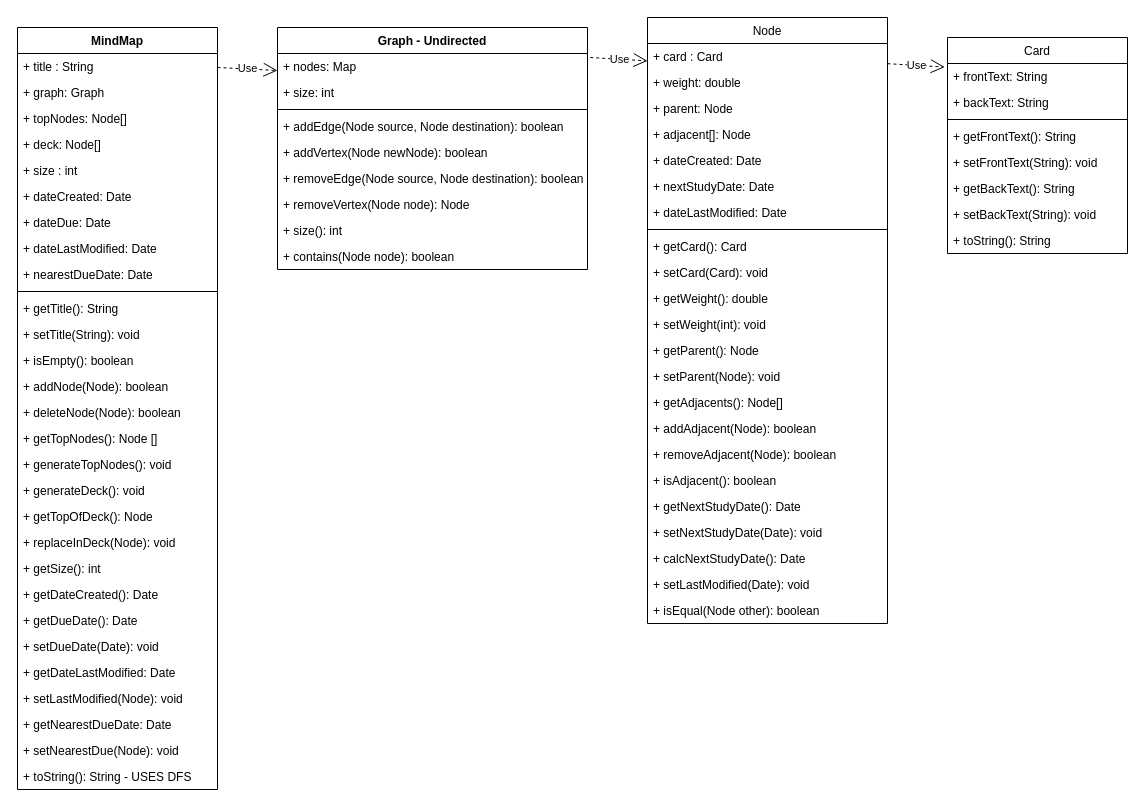
Earlier version of the draw.io diagram UML_Diagrams/class/MindMap_Object_Classes.drawio (kylehackett99/HourWork). Source tidied: cells renumbered, new cells numbered last; positions are measured from the earlier drawing's top-left corner, leaving out a move shared by most shapes. Both pictures are drawn from the tidied source at 100%, with x=0, y=0 at pixel (17, 17).
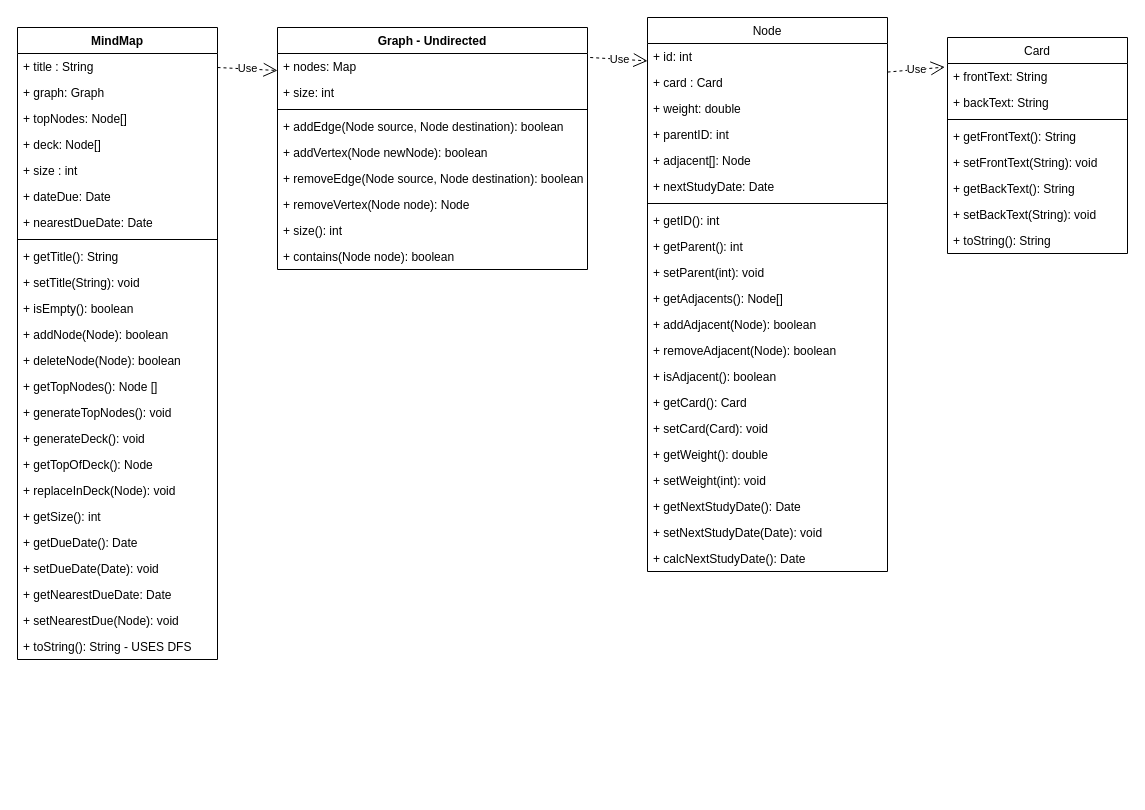
The same diagram, later.

The edit, as a diff of the source:
```diff
@@
     <mxCell id="11" value="Node" style="swimlane;fontStyle=0;horizontal=1;startSize=26;fillColor=none;" parent="1" vertex="1">
-      <mxGeometry x="630" width="240" height="606" as="geometry" />
+      <mxGeometry x="630" width="240" height="554" as="geometry" />
     </mxCell>
+    <mxCell id="78" value="+ id: int" style="text;strokeColor=none;fillColor=none;align=left;verticalAlign=top;spacingLeft=4;spacingRight=4;overflow=hidden;" parent="11" vertex="1">
+      <mxGeometry y="26" width="240" height="26" as="geometry" />
+    </mxCell>
     <mxCell id="12" value="+ card : Card" style="text;strokeColor=none;fillColor=none;align=left;verticalAlign=top;spacingLeft=4;spacingRight=4;overflow=hidden;points=[[0,0.5],[1,0.5]];portConstraint=eastwest;" parent="11" vertex="1">
-      <mxGeometry y="26" width="240" height="26" as="geometry" />
+      <mxGeometry y="52" width="240" height="26" as="geometry" />
     </mxCell>
     <mxCell id="13" value="+ weight: double" style="text;strokeColor=none;fillColor=none;align=left;verticalAlign=top;spacingLeft=4;spacingRight=4;overflow=hidden;" parent="11" vertex="1">
-      <mxGeometry y="52" width="240" height="26" as="geometry" />
+      <mxGeometry y="78" width="240" height="26" as="geometry" />
     </mxCell>
-    <mxCell id="14" value="+ parent: Node" style="text;strokeColor=none;fillColor=none;align=left;verticalAlign=top;spacingLeft=4;spacingRight=4;overflow=hidden;" parent="11" vertex="1">
-      <mxGeometry y="78" width="240" height="26" as="geometry" />
+    <mxCell id="14" value="+ parentID: int" style="text;strokeColor=none;fillColor=none;align=left;verticalAlign=top;spacingLeft=4;spacingRight=4;overflow=hidden;" parent="11" vertex="1">
+      <mxGeometry y="104" width="240" height="26" as="geometry" />
     </mxCell>
     <mxCell id="15" value="+ adjacent[]: Node" style="text;strokeColor=none;fillColor=none;align=left;verticalAlign=top;spacingLeft=4;spacingRight=4;overflow=hidden;" parent="11" vertex="1">
-      <mxGeometry y="104" width="240" height="26" as="geometry" />
+      <mxGeometry y="130" width="240" height="26" as="geometry" />
     </mxCell>
-    <mxCell id="16" value="+ dateCreated: Date" style="text;strokeColor=none;fillColor=none;align=left;verticalAlign=top;spacingLeft=4;spacingRight=4;overflow=hidden;" parent="11" vertex="1">
-      <mxGeometry y="130" width="240" height="26" as="geometry" />
-    </mxCell>
@@
-    <mxCell id="18" value="+ dateLastModified: Date" style="text;strokeColor=none;fillColor=none;align=left;verticalAlign=top;spacingLeft=4;spacingRight=4;overflow=hidden;" parent="11" vertex="1">
-      <mxGeometry y="182" width="240" height="26" as="geometry" />
-    </mxCell>
     <mxCell id="19" style="line;strokeWidth=1;fillColor=none;align=left;verticalAlign=middle;spacingTop=-1;spacingLeft=3;spacingRight=3;labelPosition=right;" parent="11" vertex="1">
-      <mxGeometry y="208" width="240" height="8" as="geometry" />
+      <mxGeometry y="182" width="240" height="8" as="geometry" />
     </mxCell>
-    <mxCell id="20" value="+ getCard(): Card" style="text;strokeColor=none;fillColor=none;align=left;verticalAlign=top;spacingLeft=4;spacingRight=4;overflow=hidden;" parent="11" vertex="1">
-      <mxGeometry y="216" width="240" height="26" as="geometry" />
-    </mxCell>
-    <mxCell id="21" value="+ setCard(Card): void" style="text;strokeColor=none;fillColor=none;align=left;verticalAlign=top;spacingLeft=4;spacingRight=4;overflow=hidden;" parent="11" vertex="1">
-      <mxGeometry y="242" width="240" height="26" as="geometry" />
-    </mxCell>
-    <mxCell id="22" value="+ getWeight(): double" style="text;strokeColor=none;fillColor=none;align=left;verticalAlign=top;spacingLeft=4;spacingRight=4;overflow=hidden;" parent="11" vertex="1">
-      <mxGeometry y="268" width="240" height="26" as="geometry" />
-    </mxCell>
-    <mxCell id="23" value="+ setWeight(int): void" style="text;strokeColor=none;fillColor=none;align=left;verticalAlign=top;spacingLeft=4;spacingRight=4;overflow=hidden;" parent="11" vertex="1">
-      <mxGeometry y="294" width="240" height="26" as="geometry" />
-    </mxCell>
+    <mxCell id="79" value="+ getID(): int" style="text;strokeColor=none;fillColor=none;align=left;verticalAlign=top;spacingLeft=4;spacingRight=4;overflow=hidden;" parent="11" vertex="1">
+      <mxGeometry y="190" width="240" height="26" as="geometry" />
+    </mxCell>
-    <mxCell id="24" value="+ getParent(): Node" style="text;strokeColor=none;fillColor=none;align=left;verticalAlign=top;spacingLeft=4;spacingRight=4;overflow=hidden;" parent="11" vertex="1">
-      <mxGeometry y="320" width="240" height="26" as="geometry" />
+    <mxCell id="24" value="+ getParent(): int" style="text;strokeColor=none;fillColor=none;align=left;verticalAlign=top;spacingLeft=4;spacingRight=4;overflow=hidden;" parent="11" vertex="1">
+      <mxGeometry y="216" width="240" height="26" as="geometry" />
     </mxCell>
-    <mxCell id="25" value="+ setParent(Node): void" style="text;strokeColor=none;fillColor=none;align=left;verticalAlign=top;spacingLeft=4;spacingRight=4;overflow=hidden;" parent="11" vertex="1">
-      <mxGeometry y="346" width="240" height="26" as="geometry" />
+    <mxCell id="25" value="+ setParent(int): void" style="text;strokeColor=none;fillColor=none;align=left;verticalAlign=top;spacingLeft=4;spacingRight=4;overflow=hidden;" parent="11" vertex="1">
+      <mxGeometry y="242" width="240" height="26" as="geometry" />
     </mxCell>
     <mxCell id="26" value="+ getAdjacents(): Node[]" style="text;strokeColor=none;fillColor=none;align=left;verticalAlign=top;spacingLeft=4;spacingRight=4;overflow=hidden;" parent="11" vertex="1">
-      <mxGeometry y="372" width="240" height="26" as="geometry" />
+      <mxGeometry y="268" width="240" height="26" as="geometry" />
     </mxCell>
     <mxCell id="27" value="+ addAdjacent(Node): boolean" style="text;strokeColor=none;fillColor=none;align=left;verticalAlign=top;spacingLeft=4;spacingRight=4;overflow=hidden;" parent="11" vertex="1">
-      <mxGeometry y="398" width="240" height="26" as="geometry" />
+      <mxGeometry y="294" width="240" height="26" as="geometry" />
     </mxCell>
     <mxCell id="28" value="+ removeAdjacent(Node): boolean" style="text;strokeColor=none;fillColor=none;align=left;verticalAlign=top;spacingLeft=4;spacingRight=4;overflow=hidden;" parent="11" vertex="1">
-      <mxGeometry y="424" width="240" height="26" as="geometry" />
+      <mxGeometry y="320" width="240" height="26" as="geometry" />
     </mxCell>
     <mxCell id="29" value="+ isAdjacent(): boolean" style="text;strokeColor=none;fillColor=none;align=left;verticalAlign=top;spacingLeft=4;spacingRight=4;overflow=hidden;" parent="11" vertex="1">
-      <mxGeometry y="450" width="240" height="26" as="geometry" />
+      <mxGeometry y="346" width="240" height="26" as="geometry" />
     </mxCell>
+    <mxCell id="20" value="+ getCard(): Card" style="text;strokeColor=none;fillColor=none;align=left;verticalAlign=top;spacingLeft=4;spacingRight=4;overflow=hidden;" parent="11" vertex="1">
+      <mxGeometry y="372" width="240" height="26" as="geometry" />
+    </mxCell>
+    <mxCell id="21" value="+ setCard(Card): void" style="text;strokeColor=none;fillColor=none;align=left;verticalAlign=top;spacingLeft=4;spacingRight=4;overflow=hidden;" parent="11" vertex="1">
+      <mxGeometry y="398" width="240" height="26" as="geometry" />
+    </mxCell>
+    <mxCell id="22" value="+ getWeight(): double" style="text;strokeColor=none;fillColor=none;align=left;verticalAlign=top;spacingLeft=4;spacingRight=4;overflow=hidden;" parent="11" vertex="1">
+      <mxGeometry y="424" width="240" height="26" as="geometry" />
+    </mxCell>
+    <mxCell id="23" value="+ setWeight(int): void" style="text;strokeColor=none;fillColor=none;align=left;verticalAlign=top;spacingLeft=4;spacingRight=4;overflow=hidden;" parent="11" vertex="1">
+      <mxGeometry y="450" width="240" height="26" as="geometry" />
+    </mxCell>
@@
-    <mxCell id="33" value="+ setLastModified(Date): void" style="text;strokeColor=none;fillColor=none;align=left;verticalAlign=top;spacingLeft=4;spacingRight=4;overflow=hidden;" parent="11" vertex="1">
-      <mxGeometry y="554" width="240" height="26" as="geometry" />
-    </mxCell>
-    <mxCell id="34" value="+ isEqual(Node other): boolean" style="text;strokeColor=none;fillColor=none;align=left;verticalAlign=top;spacingLeft=4;spacingRight=4;overflow=hidden;" parent="11" vertex="1">
-      <mxGeometry y="580" width="240" height="26" as="geometry" />
-    </mxCell>
@@
     <mxCell id="36" value="MindMap" style="swimlane;fontStyle=1;align=center;verticalAlign=top;horizontal=1;startSize=26;" parent="1" vertex="1">
-      <mxGeometry y="10" width="200" height="762" as="geometry" />
+      <mxGeometry y="10" width="200" height="632" as="geometry" />
     </mxCell>
@@
-    <mxCell id="42" value="+ dateCreated: Date" style="text;strokeColor=none;fillColor=none;align=left;verticalAlign=top;spacingLeft=4;spacingRight=4;overflow=hidden;" parent="36" vertex="1">
-      <mxGeometry y="156" width="200" height="26" as="geometry" />
-    </mxCell>
     <mxCell id="43" value="+ dateDue: Date" style="text;strokeColor=none;fillColor=none;align=left;verticalAlign=top;spacingLeft=4;spacingRight=4;overflow=hidden;" parent="36" vertex="1">
-      <mxGeometry y="182" width="200" height="26" as="geometry" />
+      <mxGeometry y="156" width="200" height="26" as="geometry" />
     </mxCell>
-    <mxCell id="44" value="+ dateLastModified: Date" style="text;strokeColor=none;fillColor=none;align=left;verticalAlign=top;spacingLeft=4;spacingRight=4;overflow=hidden;" parent="36" vertex="1">
-      <mxGeometry y="208" width="200" height="26" as="geometry" />
-    </mxCell>
     <mxCell id="45" value="+ nearestDueDate: Date" style="text;strokeColor=none;fillColor=none;align=left;verticalAlign=top;spacingLeft=4;spacingRight=4;overflow=hidden;" parent="36" vertex="1">
-      <mxGeometry y="234" width="200" height="26" as="geometry" />
+      <mxGeometry y="182" width="200" height="26" as="geometry" />
     </mxCell>
     <mxCell id="46" style="line;strokeWidth=1;fillColor=none;align=left;verticalAlign=middle;spacingTop=-1;spacingLeft=3;spacingRight=3;labelPosition=right;" parent="36" vertex="1">
-      <mxGeometry y="260" width="200" height="8" as="geometry" />
+      <mxGeometry y="208" width="200" height="8" as="geometry" />
     </mxCell>
     <mxCell id="47" value="+ getTitle(): String" style="text;strokeColor=none;fillColor=none;align=left;verticalAlign=top;spacingLeft=4;spacingRight=4;overflow=hidden;" parent="36" vertex="1">
-      <mxGeometry y="268" width="200" height="26" as="geometry" />
+      <mxGeometry y="216" width="200" height="26" as="geometry" />
     </mxCell>
     <mxCell id="48" value="+ setTitle(String): void" style="text;strokeColor=none;fillColor=none;align=left;verticalAlign=top;spacingLeft=4;spacingRight=4;overflow=hidden;" parent="36" vertex="1">
-      <mxGeometry y="294" width="200" height="26" as="geometry" />
+      <mxGeometry y="242" width="200" height="26" as="geometry" />
     </mxCell>
     <mxCell id="49" value="+ isEmpty(): boolean" style="text;strokeColor=none;fillColor=none;align=left;verticalAlign=top;spacingLeft=4;spacingRight=4;overflow=hidden;" parent="36" vertex="1">
-      <mxGeometry y="320" width="200" height="26" as="geometry" />
+      <mxGeometry y="268" width="200" height="26" as="geometry" />
     </mxCell>
     <mxCell id="50" value="+ addNode(Node): boolean" style="text;strokeColor=none;fillColor=none;align=left;verticalAlign=top;spacingLeft=4;spacingRight=4;overflow=hidden;" parent="36" vertex="1">
-      <mxGeometry y="346" width="200" height="26" as="geometry" />
+      <mxGeometry y="294" width="200" height="26" as="geometry" />
     </mxCell>
     <mxCell id="51" value="+ deleteNode(Node): boolean" style="text;strokeColor=none;fillColor=none;align=left;verticalAlign=top;spacingLeft=4;spacingRight=4;overflow=hidden;" parent="36" vertex="1">
-      <mxGeometry y="372" width="200" height="26" as="geometry" />
+      <mxGeometry y="320" width="200" height="26" as="geometry" />
     </mxCell>
     <mxCell id="52" value="+ getTopNodes(): Node []" style="text;strokeColor=none;fillColor=none;align=left;verticalAlign=top;spacingLeft=4;spacingRight=4;overflow=hidden;" parent="36" vertex="1">
-      <mxGeometry y="398" width="200" height="26" as="geometry" />
+      <mxGeometry y="346" width="200" height="26" as="geometry" />
     </mxCell>
     <mxCell id="53" value="+ generateTopNodes(): void" style="text;strokeColor=none;fillColor=none;align=left;verticalAlign=top;spacingLeft=4;spacingRight=4;overflow=hidden;" parent="36" vertex="1">
-      <mxGeometry y="424" width="200" height="26" as="geometry" />
+      <mxGeometry y="372" width="200" height="26" as="geometry" />
     </mxCell>
     <mxCell id="54" value="+ generateDeck(): void" style="text;strokeColor=none;fillColor=none;align=left;verticalAlign=top;spacingLeft=4;spacingRight=4;overflow=hidden;" parent="36" vertex="1">
-      <mxGeometry y="450" width="200" height="26" as="geometry" />
+      <mxGeometry y="398" width="200" height="26" as="geometry" />
     </mxCell>
     <mxCell id="55" value="+ getTopOfDeck(): Node" style="text;strokeColor=none;fillColor=none;align=left;verticalAlign=top;spacingLeft=4;spacingRight=4;overflow=hidden;" parent="36" vertex="1">
-      <mxGeometry y="476" width="200" height="26" as="geometry" />
+      <mxGeometry y="424" width="200" height="26" as="geometry" />
     </mxCell>
     <mxCell id="56" value="+ replaceInDeck(Node): void" style="text;strokeColor=none;fillColor=none;align=left;verticalAlign=top;spacingLeft=4;spacingRight=4;overflow=hidden;" parent="36" vertex="1">
-      <mxGeometry y="502" width="200" height="26" as="geometry" />
+      <mxGeometry y="450" width="200" height="26" as="geometry" />
     </mxCell>
     <mxCell id="57" value="+ getSize(): int" style="text;strokeColor=none;fillColor=none;align=left;verticalAlign=top;spacingLeft=4;spacingRight=4;overflow=hidden;" parent="36" vertex="1">
-      <mxGeometry y="528" width="200" height="26" as="geometry" />
+      <mxGeometry y="476" width="200" height="26" as="geometry" />
     </mxCell>
-    <mxCell id="58" value="+ getDateCreated(): Date" style="text;strokeColor=none;fillColor=none;align=left;verticalAlign=top;spacingLeft=4;spacingRight=4;overflow=hidden;" parent="36" vertex="1">
-      <mxGeometry y="554" width="200" height="26" as="geometry" />
-    </mxCell>
     <mxCell id="59" value="+ getDueDate(): Date" style="text;strokeColor=none;fillColor=none;align=left;verticalAlign=top;spacingLeft=4;spacingRight=4;overflow=hidden;" parent="36" vertex="1">
-      <mxGeometry y="580" width="200" height="26" as="geometry" />
+      <mxGeometry y="502" width="200" height="26" as="geometry" />
     </mxCell>
     <mxCell id="60" value="+ setDueDate(Date): void" style="text;strokeColor=none;fillColor=none;align=left;verticalAlign=top;spacingLeft=4;spacingRight=4;overflow=hidden;" parent="36" vertex="1">
-      <mxGeometry y="606" width="200" height="26" as="geometry" />
+      <mxGeometry y="528" width="200" height="26" as="geometry" />
     </mxCell>
-    <mxCell id="61" value="+ getDateLastModified: Date" style="text;strokeColor=none;fillColor=none;align=left;verticalAlign=top;spacingLeft=4;spacingRight=4;overflow=hidden;" parent="36" vertex="1">
-      <mxGeometry y="632" width="200" height="26" as="geometry" />
-    </mxCell>
-    <mxCell id="62" value="+ setLastModified(Node): void" style="text;strokeColor=none;fillColor=none;align=left;verticalAlign=top;spacingLeft=4;spacingRight=4;overflow=hidden;" parent="36" vertex="1">
-      <mxGeometry y="658" width="200" height="26" as="geometry" />
-    </mxCell>
     <mxCell id="63" value="+ getNearestDueDate: Date" style="text;strokeColor=none;fillColor=none;align=left;verticalAlign=top;spacingLeft=4;spacingRight=4;overflow=hidden;" parent="36" vertex="1">
-      <mxGeometry y="684" width="200" height="26" as="geometry" />
+      <mxGeometry y="554" width="200" height="26" as="geometry" />
     </mxCell>
     <mxCell id="64" value="+ setNearestDue(Node): void" style="text;strokeColor=none;fillColor=none;align=left;verticalAlign=top;spacingLeft=4;spacingRight=4;overflow=hidden;" parent="36" vertex="1">
-      <mxGeometry y="710" width="200" height="26" as="geometry" />
+      <mxGeometry y="580" width="200" height="26" as="geometry" />
     </mxCell>
     <mxCell id="65" value="+ toString(): String - USES DFS" style="text;strokeColor=none;fillColor=none;align=left;verticalAlign=top;spacingLeft=4;spacingRight=4;overflow=hidden;" parent="36" vertex="1">
-      <mxGeometry y="736" width="200" height="26" as="geometry" />
+      <mxGeometry y="606" width="200" height="26" as="geometry" />
     </mxCell>
```
